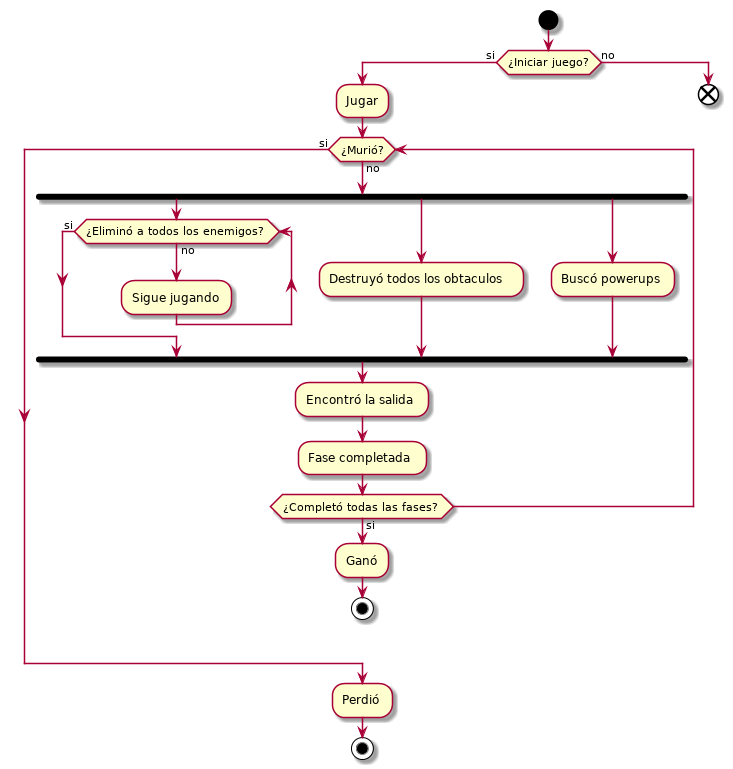
vtroitio/Bomberman keeps this PlantUML diagram as Bomberman UML/Diagrama de actividades/ver1/Bomberman_UML_Actividades_v.1.png. Above is the earlier version.
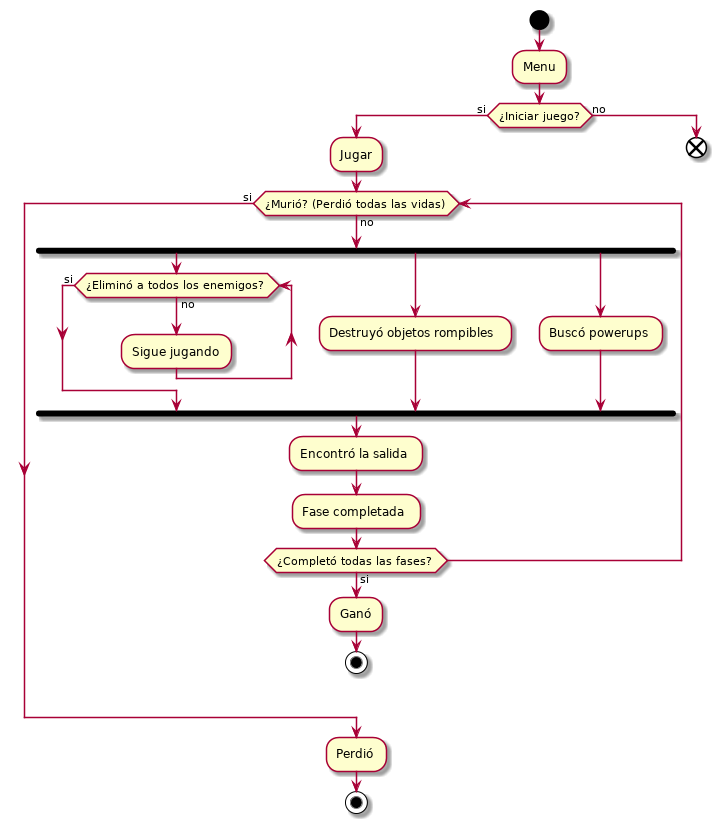
Later version of the same file.

Commit message:
Agrego Diagrama de estados: Jugador, Enemigo y Bomba. También corrijo el diagrama de actividades

The edit, as a diff of the source:
```diff
@@ -1,14 +1,15 @@
 @startuml
 start
+:Menu;
 if (¿Iniciar juego?) then (si)
 :Jugar;
-    while (¿Murió?) is (no)
+    while (¿Murió? (Perdió todas las vidas)) is (no)
         fork
         while (¿Eliminó a todos los enemigos?) is (no)
         :Sigue jugando;
         endwhile (si)
         fork again
-        :Destruyó todos los obtaculos;
+        :Destruyó objetos rompibles;
         fork again
         :Buscó powerups;
         end fork
```
